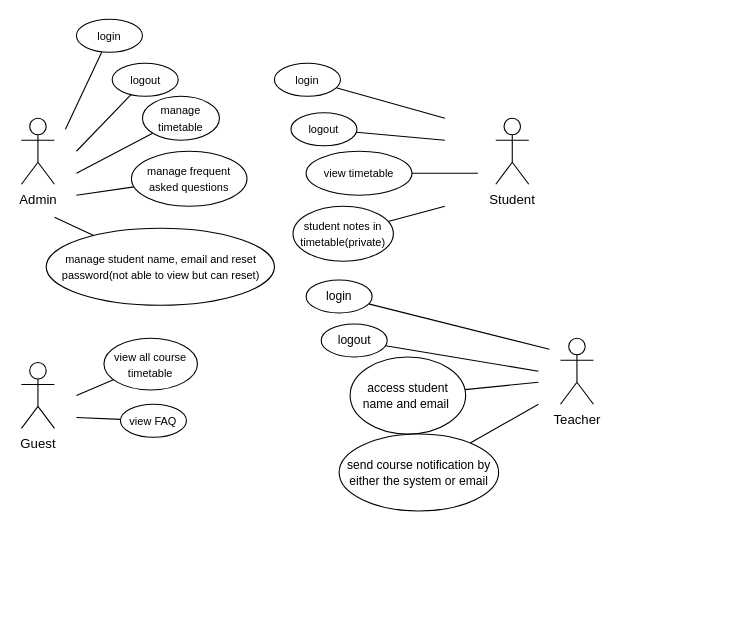
Above: Untitled Diagram.drawio in JackSuuu/SEPP-coursework (draw.io), before the change. Source tidied: cells renumbered, new cells numbered last; positions are measured from the earlier drawing's top-left corner, leaving out a move shared by most shapes. Both pictures are drawn from the tidied source at 110%, with x=0, y=0 at pixel (21, 19).
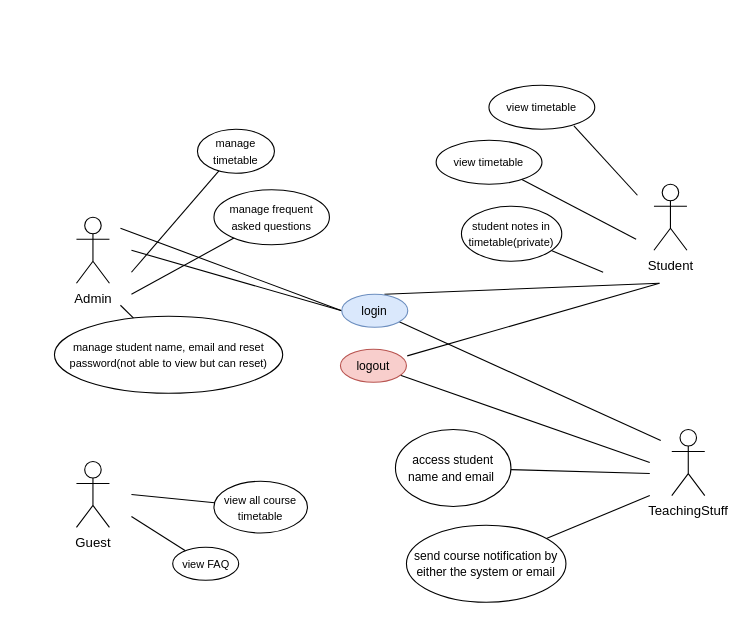
The same page after the edit.

Diff of the diagram source:
```diff
@@
     <mxCell id="2" value="Admin" style="shape=umlActor;verticalLabelPosition=bottom;verticalAlign=top;html=1;" parent="1" vertex="1">
-      <mxGeometry y="90" width="30" height="60" as="geometry" />
+      <mxGeometry x="50" y="180" width="30" height="60" as="geometry" />
     </mxCell>
-    <mxCell id="3" style="endArrow=none;html=1;rounded=0;" parent="1" edge="1" target="4">
+    <mxCell id="3" style="endArrow=none;html=1;rounded=0;entryX=0;entryY=0.5;entryDx=0;entryDy=0;" parent="1" edge="1" target="23">
       <mxGeometry relative="1" as="geometry">
-        <mxPoint x="40" y="100" as="sourcePoint" />
+        <mxPoint x="90" y="190" as="sourcePoint" />
       </mxGeometry>
     </mxCell>
-    <mxCell id="4" value="&lt;font style=&quot;font-size: 10px;&quot;&gt;login&lt;/font&gt;" style="ellipse;whiteSpace=wrap;html=1;" parent="1" vertex="1">
-      <mxGeometry x="50" width="60" height="30" as="geometry" />
-    </mxCell>
-    <mxCell id="5" style="endArrow=none;html=1;rounded=0;" parent="1" edge="1" target="6">
+    <mxCell id="5" style="endArrow=none;html=1;rounded=0;entryX=0;entryY=0.5;entryDx=0;entryDy=0;" parent="1" edge="1" target="23">
       <mxGeometry relative="1" as="geometry">
-        <mxPoint x="50" y="120" as="sourcePoint" />
+        <mxPoint x="100" y="210" as="sourcePoint" />
       </mxGeometry>
     </mxCell>
-    <mxCell id="6" value="&lt;font style=&quot;font-size: 10px;&quot;&gt;logout&lt;/font&gt;" style="ellipse;whiteSpace=wrap;html=1;" parent="1" vertex="1">
-      <mxGeometry x="82.5" y="40" width="60" height="30" as="geometry" />
-    </mxCell>
     <mxCell id="7" style="endArrow=none;html=1;rounded=0;" parent="1" edge="1" target="8">
       <mxGeometry relative="1" as="geometry">
-        <mxPoint x="50" y="140" as="sourcePoint" />
+        <mxPoint x="100" y="230" as="sourcePoint" />
       </mxGeometry>
     </mxCell>
     <mxCell id="8" value="&lt;span style=&quot;font-size: 10px;&quot;&gt;manage timetable&lt;/span&gt;" style="ellipse;whiteSpace=wrap;html=1;" parent="1" vertex="1">
-      <mxGeometry x="110" y="70" width="70" height="40" as="geometry" />
+      <mxGeometry x="160" y="100" width="70" height="40" as="geometry" />
     </mxCell>
     <mxCell id="9" value="Student" style="shape=umlActor;verticalLabelPosition=bottom;verticalAlign=top;html=1;" parent="1" vertex="1">
-      <mxGeometry x="431.2" y="90" width="30" height="60" as="geometry" />
+      <mxGeometry x="575" y="150" width="30" height="60" as="geometry" />
     </mxCell>
-    <mxCell id="10" style="endArrow=none;html=1;rounded=0;" parent="1" edge="1" target="11">
+    <mxCell id="10" style="endArrow=none;html=1;rounded=0;entryX=0.646;entryY=0;entryDx=0;entryDy=0;entryPerimeter=0;" parent="1" edge="1" target="23">
       <mxGeometry relative="1" as="geometry">
-        <mxPoint x="385" y="90" as="sourcePoint" />
+        <mxPoint x="580" y="240" as="sourcePoint" />
       </mxGeometry>
     </mxCell>
-    <mxCell id="11" value="&lt;font style=&quot;font-size: 10px;&quot;&gt;login&lt;/font&gt;" style="ellipse;whiteSpace=wrap;html=1;" parent="1" vertex="1">
-      <mxGeometry x="230" y="40" width="60" height="30" as="geometry" />
-    </mxCell>
-    <mxCell id="12" style="endArrow=none;html=1;rounded=0;" parent="1" edge="1" target="13">
+    <mxCell id="12" style="endArrow=none;html=1;rounded=0;entryX=1.012;entryY=0.201;entryDx=0;entryDy=0;entryPerimeter=0;" parent="1" edge="1" target="25">
       <mxGeometry relative="1" as="geometry">
-        <mxPoint x="385" y="110" as="sourcePoint" />
+        <mxPoint x="580" y="240" as="sourcePoint" />
       </mxGeometry>
     </mxCell>
-    <mxCell id="13" value="&lt;font style=&quot;font-size: 10px;&quot;&gt;logout&lt;/font&gt;" style="ellipse;whiteSpace=wrap;html=1;" parent="1" vertex="1">
-      <mxGeometry x="245" y="85" width="60" height="30" as="geometry" />
-    </mxCell>
     <mxCell id="14" style="endArrow=none;html=1;rounded=0;" parent="1" edge="1" target="15">
       <mxGeometry relative="1" as="geometry">
-        <mxPoint x="415" y="140" as="sourcePoint" />
+        <mxPoint x="558.8" y="200" as="sourcePoint" />
       </mxGeometry>
     </mxCell>
     <mxCell id="15" value="&lt;font style=&quot;font-size: 10px;&quot;&gt;view timetable&lt;/font&gt;" style="ellipse;whiteSpace=wrap;html=1;" parent="1" vertex="1">
-      <mxGeometry x="258.8" y="120" width="96.2" height="40" as="geometry" />
+      <mxGeometry x="377" y="110" width="96.2" height="40" as="geometry" />
     </mxCell>
     <mxCell id="16" value="Guest" style="shape=umlActor;verticalLabelPosition=bottom;verticalAlign=top;html=1;" parent="1" vertex="1">
-      <mxGeometry y="312" width="30" height="60" as="geometry" />
+      <mxGeometry x="50" y="402" width="30" height="60" as="geometry" />
     </mxCell>
     <mxCell id="17" style="endArrow=none;html=1;rounded=0;" parent="1" edge="1" target="18">
       <mxGeometry relative="1" as="geometry">
-        <mxPoint x="50" y="342" as="sourcePoint" />
+        <mxPoint x="100" y="432" as="sourcePoint" />
       </mxGeometry>
     </mxCell>
     <mxCell id="18" value="&lt;font style=&quot;font-size: 10px;&quot;&gt;view all course timetable&lt;/font&gt;" style="ellipse;whiteSpace=wrap;html=1;" parent="1" vertex="1">
-      <mxGeometry x="75" y="290" width="85" height="47" as="geometry" />
+      <mxGeometry x="175" y="420" width="85" height="47" as="geometry" />
     </mxCell>
     <mxCell id="19" style="endArrow=none;html=1;rounded=0;" parent="1" edge="1" target="20">
       <mxGeometry relative="1" as="geometry">
-        <mxPoint x="50" y="362" as="sourcePoint" />
+        <mxPoint x="100" y="452" as="sourcePoint" />
       </mxGeometry>
     </mxCell>
     <mxCell id="20" value="&lt;font style=&quot;font-size: 10px;&quot;&gt;view FAQ&lt;/font&gt;" style="ellipse;whiteSpace=wrap;html=1;" parent="1" vertex="1">
-      <mxGeometry x="90" y="350" width="60" height="30" as="geometry" />
+      <mxGeometry x="137.5" y="480" width="60" height="30" as="geometry" />
     </mxCell>
-    <mxCell id="21" value="Teacher" style="shape=umlActor;verticalLabelPosition=bottom;verticalAlign=top;html=1;" parent="1" vertex="1">
-      <mxGeometry x="490" y="290" width="30" height="60" as="geometry" />
+    <mxCell id="21" value="TeachingStuff" style="shape=umlActor;verticalLabelPosition=bottom;verticalAlign=top;html=1;" parent="1" vertex="1">
+      <mxGeometry x="591.2" y="373" width="30" height="60" as="geometry" />
     </mxCell>
     <mxCell id="22" style="endArrow=none;html=1;rounded=0;" parent="1" edge="1" target="23">
       <mxGeometry relative="1" as="geometry">
-        <mxPoint x="480" y="300" as="sourcePoint" />
+        <mxPoint x="581.2" y="383" as="sourcePoint" />
       </mxGeometry>
     </mxCell>
-    <mxCell id="23" value="&lt;font style=&quot;font-size: 11px;&quot;&gt;login&lt;/font&gt;" style="ellipse;whiteSpace=wrap;html=1;" parent="1" vertex="1">
-      <mxGeometry x="258.8" y="237" width="60" height="30" as="geometry" />
+    <mxCell id="23" value="&lt;font style=&quot;font-size: 11px;&quot;&gt;login&lt;/font&gt;" style="ellipse;whiteSpace=wrap;html=1;fillColor=#dae8fc;strokeColor=#6c8ebf;" parent="1" vertex="1">
+      <mxGeometry x="291.2" y="250" width="60" height="30" as="geometry" />
     </mxCell>
     <mxCell id="24" style="endArrow=none;html=1;rounded=0;" parent="1" edge="1" target="25">
       <mxGeometry relative="1" as="geometry">
-        <mxPoint x="470" y="320" as="sourcePoint" />
+        <mxPoint x="571.2" y="403" as="sourcePoint" />
       </mxGeometry>
     </mxCell>
-    <mxCell id="25" value="&lt;font style=&quot;font-size: 11px;&quot;&gt;logout&lt;/font&gt;" style="ellipse;whiteSpace=wrap;html=1;" parent="1" vertex="1">
-      <mxGeometry x="272.5" y="277" width="60" height="30" as="geometry" />
+    <mxCell id="25" value="&lt;font style=&quot;font-size: 11px;&quot;&gt;logout&lt;/font&gt;" style="ellipse;whiteSpace=wrap;html=1;fillColor=#f8cecc;strokeColor=#b85450;" parent="1" vertex="1">
+      <mxGeometry x="290" y="300" width="60" height="30" as="geometry" />
     </mxCell>
     <mxCell id="26" style="endArrow=none;html=1;rounded=0;" parent="1" edge="1" target="27">
       <mxGeometry relative="1" as="geometry">
-        <mxPoint x="470" y="330" as="sourcePoint" />
+        <mxPoint x="571.2" y="413" as="sourcePoint" />
       </mxGeometry>
     </mxCell>
     <mxCell id="27" value="&lt;span style=&quot;font-size: 11px;&quot;&gt;access student name and email&amp;nbsp;&lt;/span&gt;" style="ellipse;whiteSpace=wrap;html=1;" parent="1" vertex="1">
-      <mxGeometry x="298.8" y="307" width="105" height="70" as="geometry" />
+      <mxGeometry x="340" y="373" width="105" height="70" as="geometry" />
     </mxCell>
     <mxCell id="28" style="endArrow=none;html=1;rounded=0;" parent="1" edge="1" target="29">
       <mxGeometry relative="1" as="geometry">
-        <mxPoint x="50" y="160" as="sourcePoint" />
+        <mxPoint x="100" y="250" as="sourcePoint" />
       </mxGeometry>
     </mxCell>
     <mxCell id="29" value="&lt;span style=&quot;font-size: 10px;&quot;&gt;manage frequent asked questions&lt;/span&gt;" style="ellipse;whiteSpace=wrap;html=1;" parent="1" vertex="1">
-      <mxGeometry x="100" y="120" width="105" height="50" as="geometry" />
+      <mxGeometry x="175" y="155" width="105" height="50" as="geometry" />
     </mxCell>
     <mxCell id="30" style="endArrow=none;html=1;rounded=0;" parent="1" edge="1" target="31">
       <mxGeometry relative="1" as="geometry">
-        <mxPoint x="30" y="180" as="sourcePoint" />
+        <mxPoint x="90" y="260" as="sourcePoint" />
       </mxGeometry>
     </mxCell>
     <mxCell id="31" value="&lt;span style=&quot;font-size: 10px;&quot;&gt;manage student name, email and reset password(not able to view but can reset)&lt;/span&gt;" style="ellipse;whiteSpace=wrap;html=1;" parent="1" vertex="1">
-      <mxGeometry x="22.5" y="190" width="207.5" height="70" as="geometry" />
+      <mxGeometry x="30" y="270" width="207.5" height="70" as="geometry" />
     </mxCell>
     <mxCell id="32" style="endArrow=none;html=1;rounded=0;" parent="1" edge="1" target="33">
       <mxGeometry relative="1" as="geometry">
-        <mxPoint x="385" y="170" as="sourcePoint" />
+        <mxPoint x="528.8" y="230" as="sourcePoint" />
       </mxGeometry>
     </mxCell>
     <mxCell id="33" value="&lt;font style=&quot;font-size: 10px;&quot;&gt;student notes in timetable(private)&lt;/font&gt;" style="ellipse;whiteSpace=wrap;html=1;" parent="1" vertex="1">
-      <mxGeometry x="246.9" y="170" width="91.2" height="50" as="geometry" />
+      <mxGeometry x="400" y="170" width="91.2" height="50" as="geometry" />
     </mxCell>
     <mxCell id="34" style="endArrow=none;html=1;rounded=0;" parent="1" edge="1" target="35">
       <mxGeometry relative="1" as="geometry">
-        <mxPoint x="470" y="350" as="sourcePoint" />
+        <mxPoint x="571.2" y="433" as="sourcePoint" />
       </mxGeometry>
     </mxCell>
     <mxCell id="35" value="&lt;span style=&quot;font-size: 11px;&quot;&gt;send course notification by either the system or email&lt;/span&gt;" style="ellipse;whiteSpace=wrap;html=1;" parent="1" vertex="1">
-      <mxGeometry x="288.8" y="377" width="145" height="70" as="geometry" />
+      <mxGeometry x="350" y="460" width="145" height="70" as="geometry" />
     </mxCell>
+    <mxCell id="36" value="&lt;font style=&quot;font-size: 10px;&quot;&gt;view timetable&lt;/font&gt;" style="ellipse;whiteSpace=wrap;html=1;" parent="1" vertex="1">
+      <mxGeometry x="425" y="60" width="96.2" height="40" as="geometry" />
+    </mxCell>
+    <mxCell id="37" style="endArrow=none;html=1;rounded=0;entryX=0.803;entryY=0.923;entryDx=0;entryDy=0;entryPerimeter=0;" parent="1" edge="1" target="36">
+      <mxGeometry relative="1" as="geometry">
+        <mxPoint x="560" y="160" as="sourcePoint" />
+      </mxGeometry>
+    </mxCell>
```
